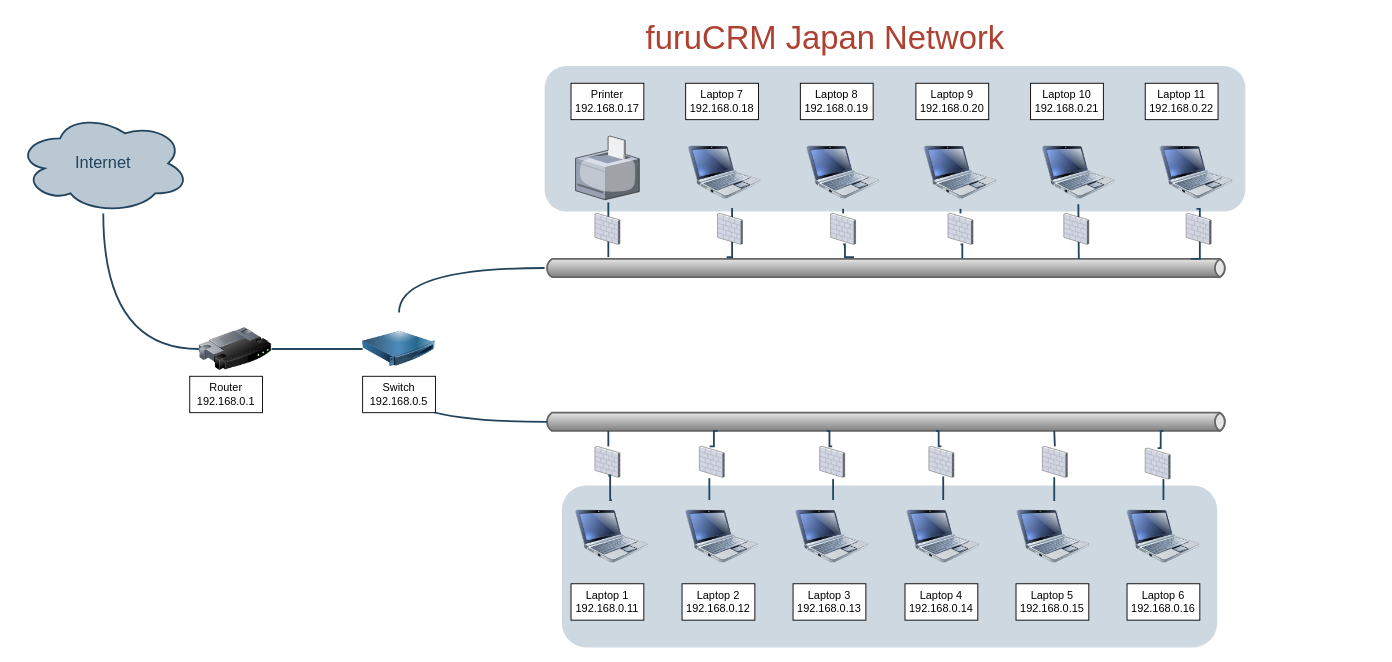
Before: Untitled Diagram.drawio in huan-furucrm/DataSpider, a draw.io diagram. Source tidied: cells renumbered, new cells numbered last; positions are measured from the earlier drawing's top-left corner, leaving out a move shared by most shapes. Both pictures are drawn from the tidied source at 91%, with x=0, y=0 at pixel (16, 15).
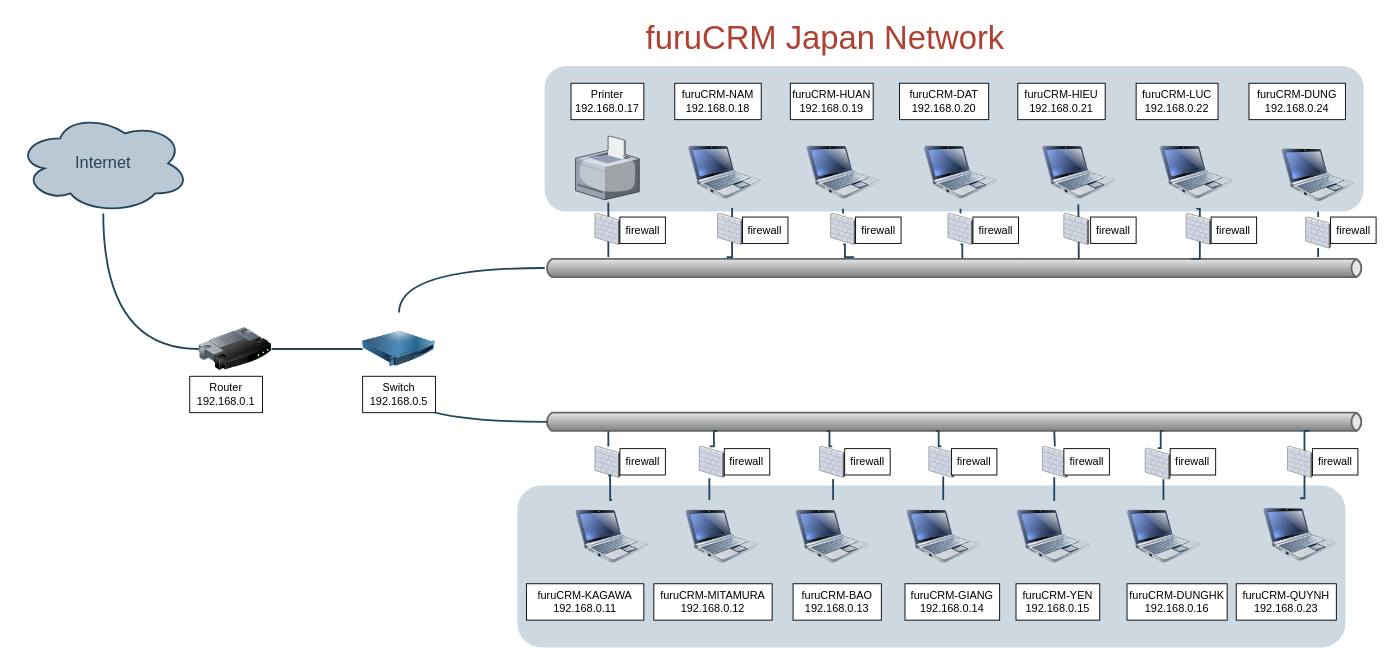
After the change.

What changed in the source:
```diff
@@
     <mxCell id="2" style="rounded=1;whiteSpace=wrap;html=1;shadow=0;strokeColor=none;fillColor=#BAC8D3;gradientColor=none;fontSize=18;fontColor=#AE4132;verticalAlign=top;fontStyle=0;opacity=70;strokeWidth=3;" parent="1" vertex="1">
-      <mxGeometry x="599" y="516" width="720" height="178" as="geometry" />
+      <mxGeometry x="550" y="516" width="910" height="178" as="geometry" />
     </mxCell>
     <mxCell id="3" style="rounded=1;whiteSpace=wrap;html=1;shadow=0;strokeColor=none;fillColor=#BAC8D3;gradientColor=none;fontSize=18;fontColor=#AE4132;verticalAlign=top;opacity=70;fontStyle=0;strokeWidth=3;" parent="1" vertex="1">
-      <mxGeometry x="580" y="55" width="770" height="160" as="geometry" />
+      <mxGeometry x="580" y="55" width="900" height="160" as="geometry" />
     </mxCell>
     <mxCell id="4" style="strokeWidth=2;strokeColor=#666666;dashed=0;align=center;html=1;fontSize=8;shape=mxgraph.eip.messageChannel;shadow=0;fillColor=#FFFFFF;gradientColor=none;fontColor=#F08705;fontStyle=0;" parent="1" vertex="1">
-      <mxGeometry x="580" y="267" width="750" height="20" as="geometry" />
+      <mxGeometry x="580" y="267" width="900" height="20" as="geometry" />
     </mxCell>
@@
     <mxCell id="12" style="strokeWidth=2;strokeColor=#666666;dashed=0;align=center;html=1;fontSize=8;shape=mxgraph.eip.messageChannel;shadow=0;fillColor=#FFFFFF;gradientColor=none;fontColor=#F08705;fontStyle=0;" parent="1" vertex="1">
-      <mxGeometry x="580" y="436" width="750" height="20" as="geometry" />
+      <mxGeometry x="580" y="436" width="900" height="20" as="geometry" />
     </mxCell>
@@
-    <mxCell id="28" value="Laptop 1&lt;br&gt;192.168.0.11" style="rounded=0;whiteSpace=wrap;html=1;" parent="1" vertex="1">
-      <mxGeometry x="609" y="624" width="80" height="40" as="geometry" />
+    <mxCell id="28" value="furuCRM-KAGAWA&lt;br&gt;192.168.0.11" style="rounded=0;whiteSpace=wrap;html=1;" parent="1" vertex="1">
+      <mxGeometry x="560" y="624" width="129" height="40" as="geometry" />
     </mxCell>
-    <mxCell id="29" value="Laptop 2&lt;br&gt;192.168.0.12" style="rounded=0;whiteSpace=wrap;html=1;" parent="1" vertex="1">
-      <mxGeometry x="731" y="624" width="80" height="40" as="geometry" />
+    <mxCell id="29" value="furuCRM-MITAMURA&lt;br&gt;192.168.0.12" style="rounded=0;whiteSpace=wrap;html=1;" parent="1" vertex="1">
+      <mxGeometry x="700" y="624" width="130" height="40" as="geometry" />
     </mxCell>
@@
-    <mxCell id="31" value="Laptop 8&lt;br&gt;192.168.0.19" style="rounded=0;whiteSpace=wrap;html=1;flipH=1;" parent="1" vertex="1">
-      <mxGeometry x="861" y="74" width="80" height="40" as="geometry" />
+    <mxCell id="31" value="furuCRM-HUAN&lt;br&gt;192.168.0.19" style="rounded=0;whiteSpace=wrap;html=1;flipH=1;" parent="1" vertex="1">
+      <mxGeometry x="850" y="74" width="91" height="40" as="geometry" />
     </mxCell>
-    <mxCell id="32" value="Laptop 7&lt;br&gt;192.168.0.18" style="rounded=0;whiteSpace=wrap;html=1;flipH=1;" parent="1" vertex="1">
-      <mxGeometry x="735" y="74" width="80" height="40" as="geometry" />
+    <mxCell id="32" value="furuCRM-NAM&lt;br&gt;192.168.0.18" style="rounded=0;whiteSpace=wrap;html=1;flipH=1;" parent="1" vertex="1">
+      <mxGeometry x="723" y="74" width="95" height="40" as="geometry" />
     </mxCell>
-    <mxCell id="33" value="Laptop 6&lt;br&gt;192.168.0.16" style="rounded=0;whiteSpace=wrap;html=1;" parent="1" vertex="1">
-      <mxGeometry x="1220" y="624" width="80" height="40" as="geometry" />
+    <mxCell id="33" value="furuCRM-DUNGHK&lt;br&gt;192.168.0.16" style="rounded=0;whiteSpace=wrap;html=1;" parent="1" vertex="1">
+      <mxGeometry x="1220" y="624" width="110" height="40" as="geometry" />
     </mxCell>
-    <mxCell id="34" value="Laptop 5&lt;br&gt;192.168.0.15" style="rounded=0;whiteSpace=wrap;html=1;" parent="1" vertex="1">
-      <mxGeometry x="1098" y="624" width="80" height="40" as="geometry" />
+    <mxCell id="34" value="furuCRM-YEN&lt;br&gt;192.168.0.15" style="rounded=0;whiteSpace=wrap;html=1;" parent="1" vertex="1">
+      <mxGeometry x="1098" y="624" width="92" height="40" as="geometry" />
     </mxCell>
-    <mxCell id="35" value="Laptop 4&lt;br&gt;192.168.0.14" style="rounded=0;whiteSpace=wrap;html=1;" parent="1" vertex="1">
-      <mxGeometry x="976" y="624" width="80" height="40" as="geometry" />
+    <mxCell id="35" value="furuCRM-GIANG&lt;br&gt;192.168.0.14" style="rounded=0;whiteSpace=wrap;html=1;" parent="1" vertex="1">
+      <mxGeometry x="976" y="624" width="104" height="40" as="geometry" />
     </mxCell>
-    <mxCell id="36" value="Laptop 3&lt;br&gt;192.168.0.13" style="rounded=0;whiteSpace=wrap;html=1;" parent="1" vertex="1">
-      <mxGeometry x="853" y="624" width="80" height="40" as="geometry" />
+    <mxCell id="36" value="furuCRM-BAO&lt;br&gt;192.168.0.13" style="rounded=0;whiteSpace=wrap;html=1;" parent="1" vertex="1">
+      <mxGeometry x="853" y="624" width="97" height="40" as="geometry" />
     </mxCell>
@@
-    <mxCell id="41" value="Laptop 9&lt;br&gt;192.168.0.20" style="rounded=0;whiteSpace=wrap;html=1;flipH=1;" parent="1" vertex="1">
-      <mxGeometry x="988" y="74" width="80" height="40" as="geometry" />
+    <mxCell id="41" value="furuCRM-DAT&lt;br&gt;192.168.0.20" style="rounded=0;whiteSpace=wrap;html=1;flipH=1;" parent="1" vertex="1">
+      <mxGeometry x="970" y="74" width="98" height="40" as="geometry" />
     </mxCell>
@@
-    <mxCell id="43" value="Laptop 10&lt;br&gt;192.168.0.21" style="rounded=0;whiteSpace=wrap;html=1;flipH=1;" parent="1" vertex="1">
-      <mxGeometry x="1114" y="74" width="80" height="40" as="geometry" />
+    <mxCell id="43" value="furuCRM-HIEU&lt;br&gt;192.168.0.21" style="rounded=0;whiteSpace=wrap;html=1;flipH=1;" parent="1" vertex="1">
+      <mxGeometry x="1100" y="74" width="96" height="40" as="geometry" />
     </mxCell>
@@
-    <mxCell id="45" value="Laptop 11&lt;br&gt;192.168.0.22" style="rounded=0;whiteSpace=wrap;html=1;flipH=1;" parent="1" vertex="1">
-      <mxGeometry x="1240" y="74" width="80" height="40" as="geometry" />
+    <mxCell id="45" value="furuCRM-LUC&lt;br&gt;192.168.0.22" style="rounded=0;whiteSpace=wrap;html=1;flipH=1;" parent="1" vertex="1">
+      <mxGeometry x="1230" y="74" width="90" height="40" as="geometry" />
     </mxCell>
@@
+    <mxCell id="73" style="image;html=1;image=img/lib/clip_art/computers/Netbook_128x128.png;shadow=0;strokeColor=#000000;fillColor=#FFFFFF;gradientColor=none;fontSize=18;fontColor=#AE4132;fontStyle=0;" parent="1" vertex="1">
+      <mxGeometry x="1370" y="530" width="80" height="80" as="geometry" />
+    </mxCell>
+    <mxCell id="74" value="furuCRM-QUYNH&lt;br&gt;192.168.0.23" style="rounded=0;whiteSpace=wrap;html=1;" parent="1" vertex="1">
+      <mxGeometry x="1340" y="624" width="110" height="40" as="geometry" />
+    </mxCell>
+    <mxCell id="75" style="edgeStyle=elbowEdgeStyle;strokeWidth=2;rounded=0;endArrow=none;startArrow=none;startSize=10;endSize=10;dashed=0;html=1;strokeColor=#23445D;fontSize=18;fontColor=#F08705;startFill=0;endFill=0;fontStyle=0;exitX=0.5;exitY=0;exitDx=0;exitDy=0;entryX=0;entryY=1;entryDx=840;entryDy=0;entryPerimeter=0;" parent="1" edge="1" source="73" target="12">
+      <mxGeometry relative="1" as="geometry" />
+    </mxCell>
+    <mxCell id="76" style="verticalLabelPosition=bottom;sketch=0;html=1;verticalAlign=top;strokeColor=none;align=center;shape=mxgraph.citrix.firewall;" parent="1" vertex="1">
+      <mxGeometry x="1396.3" y="473" width="27.4" height="34" as="geometry" />
+    </mxCell>
+    <mxCell id="77" style="image;html=1;image=img/lib/clip_art/computers/Netbook_128x128.png;shadow=0;strokeColor=#000000;fillColor=#FFFFFF;gradientColor=none;fontSize=18;fontColor=#AE4132;fontStyle=0;" parent="1" vertex="1">
+      <mxGeometry x="1390" y="135" width="80" height="80" as="geometry" />
+    </mxCell>
+    <mxCell id="78" value="furuCRM-DUNG&lt;br&gt;192.168.0.24" style="rounded=0;whiteSpace=wrap;html=1;flipH=1;" parent="1" vertex="1">
+      <mxGeometry x="1354" y="74" width="106" height="40" as="geometry" />
+    </mxCell>
+    <mxCell id="79" style="edgeStyle=elbowEdgeStyle;strokeWidth=2;rounded=0;endArrow=none;startArrow=none;startSize=10;endSize=10;dashed=0;html=1;strokeColor=#23445D;fontSize=18;fontColor=#F08705;startFill=0;endFill=0;fontStyle=0;exitX=0.5;exitY=1;exitDx=0;exitDy=0;" parent="1" edge="1" source="80">
+      <mxGeometry relative="1" as="geometry">
+        <mxPoint x="1430" y="265" as="targetPoint" />
+      </mxGeometry>
+    </mxCell>
+    <mxCell id="80" style="verticalLabelPosition=bottom;sketch=0;html=1;verticalAlign=top;strokeColor=none;align=center;outlineConnect=0;shape=mxgraph.citrix.firewall;" parent="1" vertex="1">
+      <mxGeometry x="1416.3" y="221" width="27.4" height="34" as="geometry" />
+    </mxCell>
+    <mxCell id="81" style="edgeStyle=elbowEdgeStyle;strokeWidth=2;rounded=0;endArrow=none;startArrow=none;startSize=10;endSize=10;dashed=0;html=1;strokeColor=#23445D;fontSize=18;fontColor=#F08705;startFill=0;endFill=0;fontStyle=0;exitX=0.5;exitY=1;exitDx=0;exitDy=0;" parent="1" edge="1" source="77" target="80">
+      <mxGeometry relative="1" as="geometry" />
+    </mxCell>
+    <mxCell id="82" value="firewall" style="rounded=0;whiteSpace=wrap;html=1;flipH=1;" parent="1" vertex="1">
+      <mxGeometry x="1027" y="475.5" width="50" height="29" as="geometry" />
+    </mxCell>
+    <mxCell id="83" value="firewall" style="rounded=0;whiteSpace=wrap;html=1;flipH=1;" parent="1" vertex="1">
+      <mxGeometry x="1050.7" y="221" width="50" height="29" as="geometry" />
+    </mxCell>
+    <mxCell id="84" value="firewall" style="rounded=0;whiteSpace=wrap;html=1;flipH=1;" parent="1" vertex="1">
+      <mxGeometry x="921.7" y="221" width="50" height="29" as="geometry" />
+    </mxCell>
+    <mxCell id="85" value="firewall" style="rounded=0;whiteSpace=wrap;html=1;flipH=1;" parent="1" vertex="1">
+      <mxGeometry x="797.4" y="221" width="50" height="29" as="geometry" />
+    </mxCell>
+    <mxCell id="86" value="firewall" style="rounded=0;whiteSpace=wrap;html=1;flipH=1;" parent="1" vertex="1">
+      <mxGeometry x="662.7" y="221" width="50" height="29" as="geometry" />
+    </mxCell>
+    <mxCell id="87" value="firewall" style="rounded=0;whiteSpace=wrap;html=1;flipH=1;" parent="1" vertex="1">
+      <mxGeometry x="909.7" y="475.5" width="50" height="29" as="geometry" />
+    </mxCell>
+    <mxCell id="88" value="firewall" style="rounded=0;whiteSpace=wrap;html=1;flipH=1;" parent="1" vertex="1">
+      <mxGeometry x="777.4" y="475.5" width="50" height="29" as="geometry" />
+    </mxCell>
+    <mxCell id="89" value="firewall" style="rounded=0;whiteSpace=wrap;html=1;flipH=1;" parent="1" vertex="1">
+      <mxGeometry x="662.7" y="475.5" width="50" height="29" as="geometry" />
+    </mxCell>
+    <mxCell id="90" value="firewall" style="rounded=0;whiteSpace=wrap;html=1;flipH=1;" parent="1" vertex="1">
+      <mxGeometry x="1443.7" y="221" width="50" height="29" as="geometry" />
+    </mxCell>
+    <mxCell id="91" value="firewall" style="rounded=0;whiteSpace=wrap;html=1;flipH=1;" parent="1" vertex="1">
+      <mxGeometry x="1312.4" y="221" width="50" height="29" as="geometry" />
+    </mxCell>
+    <mxCell id="92" value="firewall" style="rounded=0;whiteSpace=wrap;html=1;flipH=1;" parent="1" vertex="1">
+      <mxGeometry x="1180" y="221" width="50" height="29" as="geometry" />
+    </mxCell>
+    <mxCell id="93" value="firewall" style="rounded=0;whiteSpace=wrap;html=1;flipH=1;" parent="1" vertex="1">
+      <mxGeometry x="1423.7" y="475.5" width="50" height="29" as="geometry" />
+    </mxCell>
+    <mxCell id="94" value="firewall" style="rounded=0;whiteSpace=wrap;html=1;flipH=1;" parent="1" vertex="1">
+      <mxGeometry x="1267.4" y="475.5" width="50" height="29" as="geometry" />
+    </mxCell>
+    <mxCell id="95" value="firewall" style="rounded=0;whiteSpace=wrap;html=1;flipH=1;" parent="1" vertex="1">
+      <mxGeometry x="1150.6" y="475.5" width="50" height="29" as="geometry" />
+    </mxCell>
```
